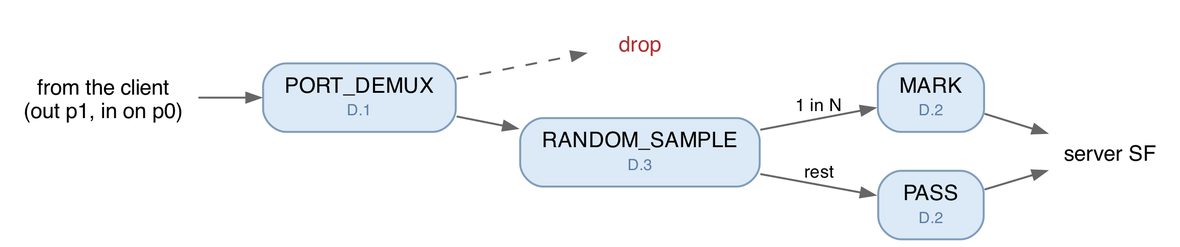
Above: docs/tutorial-flow-pipeline.png in fchamicapereira/sigcomm26-tutorial-bluefield (Graphviz), before the change. Its source is kept beside it as docs/tutorial-flow-pipeline.dot. Its diagram source:
```dot
/* The pipeline a participant builds in Part D of the DOCA Flow guide, and nothing else.
 *
 * Deliberately minimal: pipe names, the direction of traffic, and which section builds each one.
 * No vports, no domains, no API calls, no run-time branching on --percent. It sits immediately
 * before D.1 so the reader can see the shape of the finished thing before writing any of it, and
 * every box in it is either a function they write or the one worked example they are given.
 *
 * NOT the same figure as pf0-eswitch-pipes.dot, which is the full eSwitch view including the
 * capture path. That path is no longer part of the exercise; this file is what the guide uses.
 *
 * Pipe names must match doca_flow_solution.c exactly -- PORT_DEMUX, RANDOM_SAMPLE, MARK, PASS,
 * PASSTHROUGH. The older figure went stale on exactly this and cost a review cycle.
 *
 * PASSTHROUGH is deliberately absent: nothing in the finished pipeline forwards to it. It is built
 * (D.1 aims the root at it, and it is the worked example) but by the end of Part D nothing reaches
 * it, so drawing it would imply a path that does not exist.
 *
 * Drawn in the --percent-between-0-and-100 shape, the one D.3 ends at: RANDOM_SAMPLE present, both
 * MARK and PASS built. At 0 or 100 the wire feeds one of them directly and RANDOM_SAMPLE does not
 * exist, which the guide says in prose rather than drawing three variants here.
 */
digraph tutorial_flow_pipeline {
  /* Left-to-right: it is a chain and reads as one.
   *
   * Keep the edge labels SHORT. In rankdir=LR graphviz lays each one out as a virtual node BETWEEN
   * ranks, so a wordy label physically pushes two columns apart -- an earlier draft with "from the
   * wire" and "the rest" on these edges came out at 6:1 and was unusable at page width.
   *
   * The return leg (server SF back out to the wire, PORT_DEMUX's second entry) is deliberately NOT
   * drawn: in LR it has to sweep back across every rank. The guide says it in a sentence instead. */
  rankdir=LR;
  fontname="Helvetica";
  bgcolor="transparent";
  nodesep=0.28;
  ranksep=0.45;
  node [fontname="Helvetica", fontsize=11];
  edge [fontname="Helvetica", fontsize=9, color="#666666", arrowsize=0.7];

  /* Endpoints and the drop, drawn as bare text so only the pipes read as boxes.
   *
   * The ingress names the PEER, not just the port. Labelled "wire (p0)" it kept prompting "so what
   * happens to the traffic from p1?" -- Part A has just established that the client is the thing on
   * p1, and p0 does not obviously read as "the client's packets, one cable-hop later". PF1 has its
   * own eSwitch domain, which this program never touches; its traffic reaches PF0 as p0 ingress and
   * that is the only way in. Naming both ports here answers the question inside the figure. */
  node [shape=plaintext];
  wire [label="from the client\n(out p1, in on p0)"];
  sf   [label="server SF"];
  drop [label="drop", fontcolor="#b03030"];

  /* The pipes. Blue = you write it, and the section that does; grey = given to you. */
  node [shape=box, style="rounded,filled", color="#7f9db9", penwidth=1.0,
        height=0.34, margin="0.14,0.07", fillcolor="#dce9f6"];
  /* Two-row TABLE labels, not name<BR/>tag: with <BR/> the underscore in PORT_DEMUX and
   * RANDOM_SAMPLE descends onto the line below and strikes through the D.n. */
  demux  [label=<<TABLE BORDER="0" CELLBORDER="0" CELLSPACING="0" CELLPADDING="1"><TR><TD>PORT_DEMUX</TD></TR><TR><TD><FONT POINT-SIZE="8" COLOR="#5a7fa6">D.1</FONT></TD></TR></TABLE>>];
  sample [label=<<TABLE BORDER="0" CELLBORDER="0" CELLSPACING="0" CELLPADDING="1"><TR><TD>RANDOM_SAMPLE</TD></TR><TR><TD><FONT POINT-SIZE="8" COLOR="#5a7fa6">D.3</FONT></TD></TR></TABLE>>];
  mark   [label=<<TABLE BORDER="0" CELLBORDER="0" CELLSPACING="0" CELLPADDING="1"><TR><TD>MARK</TD></TR><TR><TD><FONT POINT-SIZE="8" COLOR="#5a7fa6">D.2</FONT></TD></TR></TABLE>>];
  pass   [label=<<TABLE BORDER="0" CELLBORDER="0" CELLSPACING="0" CELLPADDING="1"><TR><TD>PASS</TD></TR><TR><TD><FONT POINT-SIZE="8" COLOR="#5a7fa6">D.2</FONT></TD></TR></TABLE>>];

  /* Wire ingress: the path the exercise is about. */
  wire   -> demux;
  demux  -> sample;
  sample -> mark   [label=" 1 in N "];
  sample -> pass   [label=" rest "];
  mark   -> sf;
  pass   -> sf;

  /* Dashed means one thing and one thing only: this is a MISS forward. Only PORT_DEMUX has one
   * worth drawing -- MARK and PASS forward hit and miss alike to the SF, so their miss is not a
   * separate arrow. The caption carries the meaning. */
  demux -> drop [style=dashed];

  { rank=same; mark; pass; }
}
```
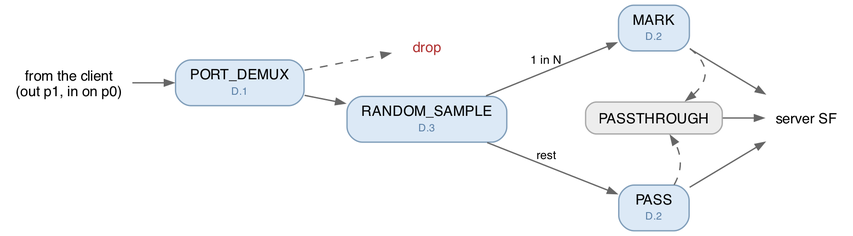
Later version of the same file.

Diff of the diagram source:
```diff
@@ -11,9 +11,10 @@
  * Pipe names must match doca_flow_solution.c exactly -- PORT_DEMUX, RANDOM_SAMPLE, MARK, PASS,
  * PASSTHROUGH. The older figure went stale on exactly this and cost a review cycle.
  *
- * PASSTHROUGH is deliberately absent: nothing in the finished pipeline forwards to it. It is built
- * (D.1 aims the root at it, and it is the worked example) but by the end of Part D nothing reaches
- * it, so drawing it would imply a path that does not exist.
+ * PASSTHROUGH shares a rank with MARK and PASS rather than taking one of its own. It is only ever
+ * reached from them, so in rankdir=LR a rank of its own would add a whole column for one box and
+ * push the figure past what fits at page width; on the same rank the two miss edges simply drop
+ * down to it.
  *
  * Drawn in the --percent-between-0-and-100 shape, the one D.3 ends at: RANDOM_SAMPLE present, both
  * MARK and PASS built. At 0 or 100 the wire feeds one of them directly and RANDOM_SAMPLE does not
@@ -58,6 +59,9 @@
   mark   [label=<<TABLE BORDER="0" CELLBORDER="0" CELLSPACING="0" CELLPADDING="1"><TR><TD>MARK</TD></TR><TR><TD><FONT POINT-SIZE="8" COLOR="#5a7fa6">D.2</FONT></TD></TR></TABLE>>];
   pass   [label=<<TABLE BORDER="0" CELLBORDER="0" CELLSPACING="0" CELLPADDING="1"><TR><TD>PASS</TD></TR><TR><TD><FONT POINT-SIZE="8" COLOR="#5a7fa6">D.2</FONT></TD></TR></TABLE>>];
 
+  /* Grey: given to you, not written in any section -- hence no D.n tag and a single-row label. */
+  pt     [label="PASSTHROUGH", color="#a8a8a8", fillcolor="#ededed"];
+
   /* Wire ingress: the path the exercise is about. */
   wire   -> demux;
   demux  -> sample;
@@ -65,11 +69,18 @@
   sample -> pass   [label=" rest "];
   mark   -> sf;
   pass   -> sf;
+  pt     -> sf;
 
-  /* Dashed means one thing and one thing only: this is a MISS forward. Only PORT_DEMUX has one
-   * worth drawing -- MARK and PASS forward hit and miss alike to the SF, so their miss is not a
-   * separate arrow. The caption carries the meaning. */
+  /* Dashed means one thing and one thing only: this is a MISS forward. MARK and PASS match IPv4,
+   * so their miss is ARP and the like, and it lands in PASSTHROUGH, which forwards everything.
+   * Only PORT_DEMUX's miss is a drop. The caption carries the meaning. */
+  mark  -> pt   [style=dashed];
+  pass  -> pt   [style=dashed];
   demux -> drop [style=dashed];
 
-  { rank=same; mark; pass; }
+  /* One rank for all three, ordered MARK / PASSTHROUGH / PASS by the invisible edges: with
+   * PASSTHROUGH between them each miss is a short hop, where putting it last made MARK's miss
+   * sweep back across the figure to get around PASS. */
+  { rank=same; mark; pt; pass; }
+  mark -> pt -> pass [style=invis];
 }
```
